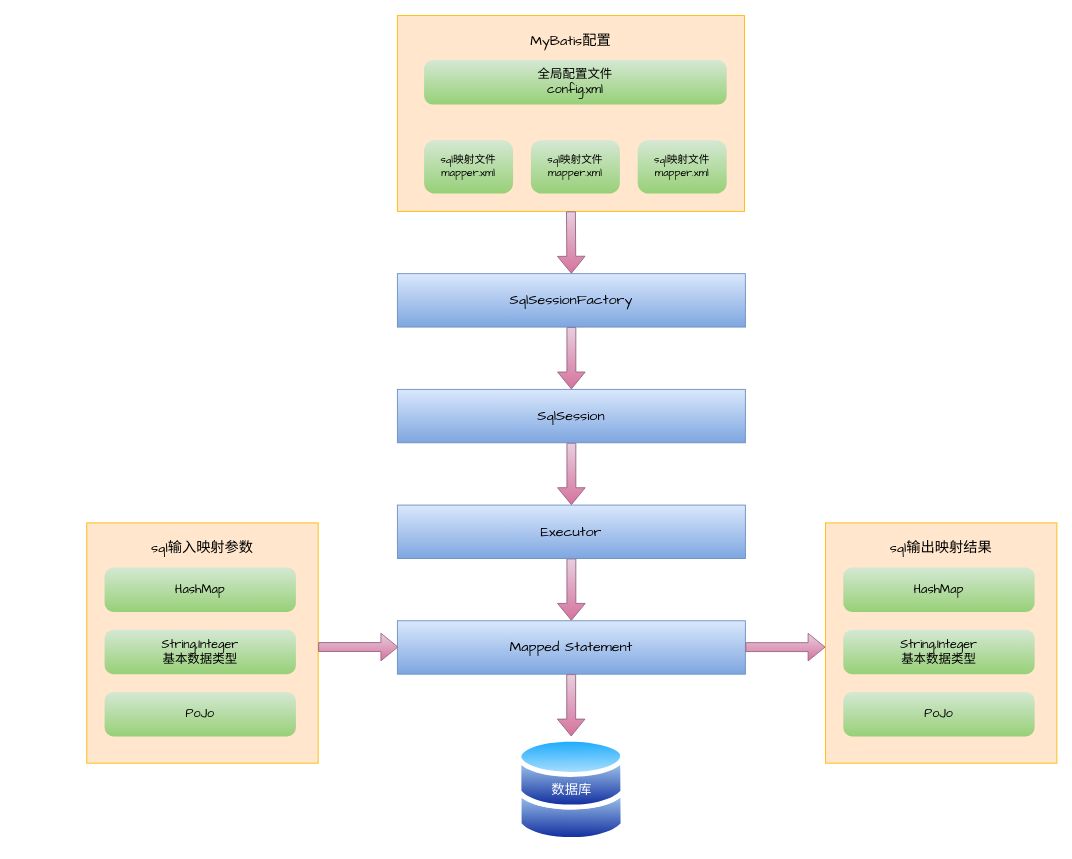
Before: page "MyBatis工作流程-概要" (1 of 5) of MyBatis概要流程.drawio in heweijun123/drawio-database, a draw.io diagram. Source tidied: cells renumbered, new cells numbered last; positions are measured from the earlier drawing's top-left corner, leaving out a move shared by most shapes. Both pictures are drawn from the tidied source at 89%, with x=0, y=0 at pixel (86, 15).
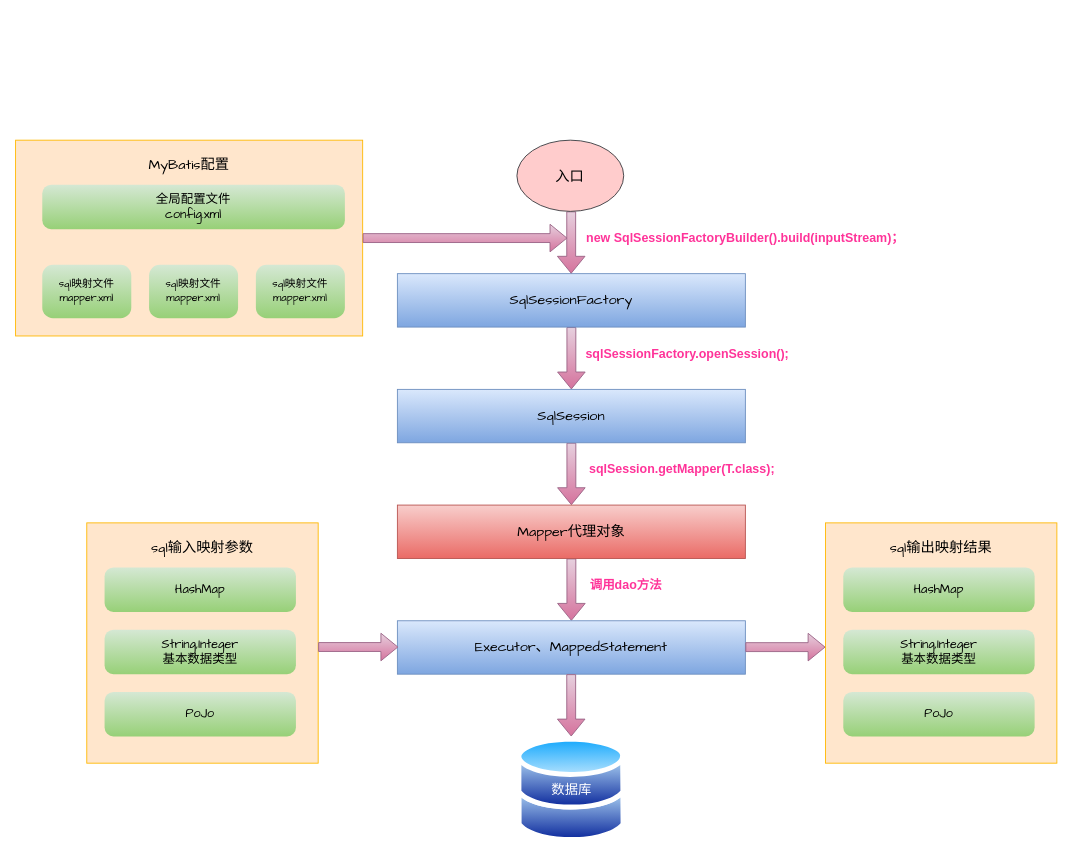
After the change.

Unchanged cells that the change refers to:
```xml
<mxCell id="3" value="&lt;font style=&quot;font-size: 16px&quot;&gt;SqlSessionFactory&lt;/font&gt;" style="rounded=0;whiteSpace=wrap;html=1;shadow=0;glass=0;fontFamily=Comic Sans MS;fontSize=14;strokeColor=#6c8ebf;fillColor=#dae8fc;gradientColor=#7ea6e0;" parent="1" vertex="1">
  <mxGeometry x="349" y="290" width="391" height="60" as="geometry" />
</mxCell>
```

Diff of the diagram source:
```diff
@@
-    <mxCell id="7" value="&lt;font style=&quot;font-size: 16px&quot;&gt;Executor&lt;/font&gt;" style="rounded=0;whiteSpace=wrap;html=1;shadow=0;glass=0;fontFamily=Comic Sans MS;fontSize=14;strokeColor=#6c8ebf;fillColor=#dae8fc;gradientColor=#7ea6e0;" parent="1" vertex="1">
+    <mxCell id="7" value="&lt;span style=&quot;font-size: 16px&quot;&gt;Mapper代理对象&lt;/span&gt;" style="rounded=0;whiteSpace=wrap;html=1;shadow=0;glass=0;fontFamily=Comic Sans MS;fontSize=14;strokeColor=#b85450;fillColor=#f8cecc;gradientColor=#ea6b66;" parent="1" vertex="1">
       <mxGeometry x="349" y="550" width="391" height="60" as="geometry" />
     </mxCell>
-    <mxCell id="8" value="&lt;font style=&quot;font-size: 16px&quot;&gt;Mapped Statement&lt;/font&gt;" style="rounded=0;whiteSpace=wrap;html=1;shadow=0;glass=0;fontFamily=Comic Sans MS;fontSize=14;strokeColor=#6c8ebf;fillColor=#dae8fc;gradientColor=#7ea6e0;" parent="1" vertex="1">
+    <mxCell id="8" value="&lt;font style=&quot;font-size: 16px&quot;&gt;Executor、MappedStatement&lt;/font&gt;" style="rounded=0;whiteSpace=wrap;html=1;shadow=0;glass=0;fontFamily=Comic Sans MS;fontSize=14;strokeColor=#6c8ebf;fillColor=#dae8fc;gradientColor=#7ea6e0;" parent="1" vertex="1">
       <mxGeometry x="349" y="680" width="391" height="60" as="geometry" />
     </mxCell>
     <mxCell id="9" style="group;" parent="1" vertex="1">
-      <mxGeometry x="349" width="390" height="220" as="geometry" />
+      <mxGeometry x="-80" y="140" width="390" height="220" as="geometry" />
     </mxCell>
@@
-    <mxCell id="22" style="shape=flexArrow;endArrow=classic;html=1;fontFamily=Comic Sans MS;fontSize=14;fontColor=#000000;entryX=0.5;entryY=0;entryDx=0;entryDy=0;fillColor=#e6d0de;strokeColor=#996185;gradientColor=#d5739d;" parent="1" edge="1" target="3">
+    <mxCell id="22" style="shape=flexArrow;endArrow=classic;html=1;fontFamily=Comic Sans MS;fontSize=14;fontColor=#000000;fillColor=#e6d0de;strokeColor=#996185;gradientColor=#d5739d;" parent="1" edge="1">
       <mxGeometry relative="1" as="geometry">
-        <mxPoint x="544" y="220" as="sourcePoint" />
+        <mxPoint x="310" y="250" as="sourcePoint" />
+        <mxPoint x="540" y="250" as="targetPoint" />
       </mxGeometry>
     </mxCell>
@@
+    <mxCell id="58" style="edgeStyle=orthogonalEdgeStyle;shape=flexArrow;rounded=1;orthogonalLoop=1;jettySize=auto;html=1;fontFamily=Comic Sans MS;fontSize=14;fontColor=#000000;strokeColor=#996185;fillColor=#e6d0de;gradientColor=#d5739d;" parent="1" edge="1">
+      <mxGeometry relative="1" as="geometry">
+        <mxPoint x="544.3" y="220" as="sourcePoint" />
+        <mxPoint x="544.3" y="290" as="targetPoint" />
+      </mxGeometry>
+    </mxCell>
+    <mxCell id="59" value="&lt;font style=&quot;font-size: 16px&quot;&gt;入口&lt;/font&gt;" style="ellipse;whiteSpace=wrap;html=1;fillColor=#ffcccc;strokeColor=#36393d;" parent="1" vertex="1">
+      <mxGeometry x="483.3" y="140" width="120" height="80" as="geometry" />
+    </mxCell>
+    <mxCell id="60" value="&lt;font style=&quot;font-size: 14px&quot; color=&quot;#ff3399&quot;&gt;&lt;b&gt;new SqlSessionFactoryBuilder().build(inputStream)；&lt;/b&gt;&lt;/font&gt;" style="text;html=1;strokeColor=none;fillColor=none;align=center;verticalAlign=middle;whiteSpace=wrap;rounded=0;" parent="1" vertex="1">
+      <mxGeometry x="560" y="240" width="360" height="20" as="geometry" />
+    </mxCell>
+    <mxCell id="61" value="&lt;font color=&quot;#ff3399&quot;&gt;&lt;span style=&quot;font-size: 14px&quot;&gt;&lt;b&gt;sqlSessionFactory.openSession();&lt;/b&gt;&lt;/span&gt;&lt;/font&gt;" style="text;html=1;strokeColor=none;fillColor=none;align=center;verticalAlign=middle;whiteSpace=wrap;rounded=0;" parent="1" vertex="1">
+      <mxGeometry x="570" y="370" width="210" height="20" as="geometry" />
+    </mxCell>
+    <mxCell id="62" value="&lt;font color=&quot;#ff3399&quot;&gt;&lt;span style=&quot;font-size: 14px&quot;&gt;&lt;b&gt;sqlSession.getMapper(T.class);&lt;/b&gt;&lt;/span&gt;&lt;/font&gt;" style="text;html=1;strokeColor=none;fillColor=none;align=center;verticalAlign=middle;whiteSpace=wrap;rounded=0;" parent="1" vertex="1">
+      <mxGeometry x="564" y="500" width="210" height="20" as="geometry" />
+    </mxCell>
+    <mxCell id="63" value="&lt;font color=&quot;#ff3399&quot;&gt;&lt;span style=&quot;font-size: 14px&quot;&gt;&lt;b&gt;调用dao方法&lt;/b&gt;&lt;/span&gt;&lt;/font&gt;" style="text;html=1;strokeColor=none;fillColor=none;align=center;verticalAlign=middle;whiteSpace=wrap;rounded=0;" parent="1" vertex="1">
+      <mxGeometry x="556" y="630" width="100" height="20" as="geometry" />
+    </mxCell>
```
